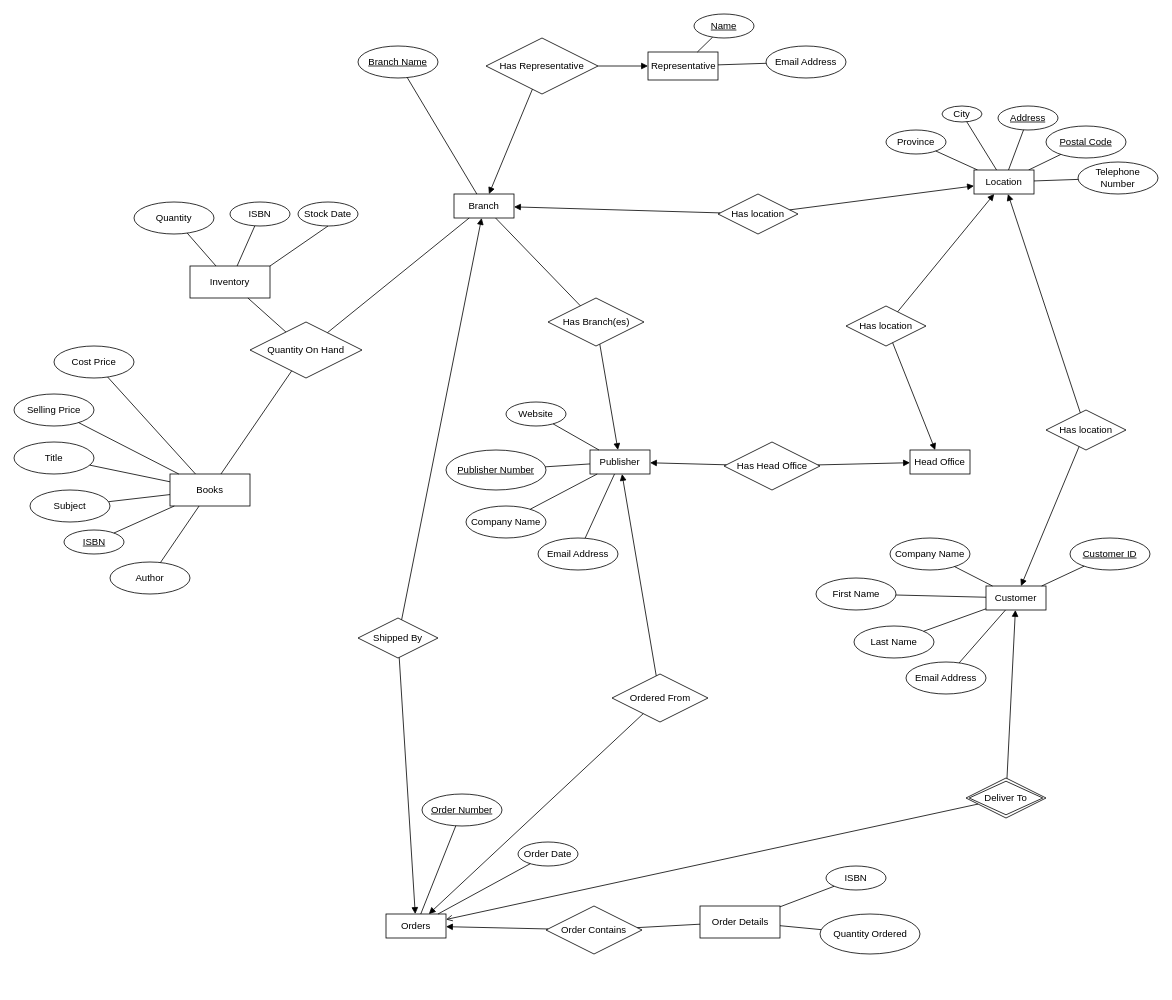
Above: ER-diagram.drawio in gordonpn/comp353-warmup-project (draw.io), before the change. Source tidied: cells renumbered, new cells numbered last; positions are measured from the earlier drawing's top-left corner, leaving out a move shared by most shapes. Both pictures are drawn from the tidied source at 80%, with x=0, y=0 at pixel (14, 14).
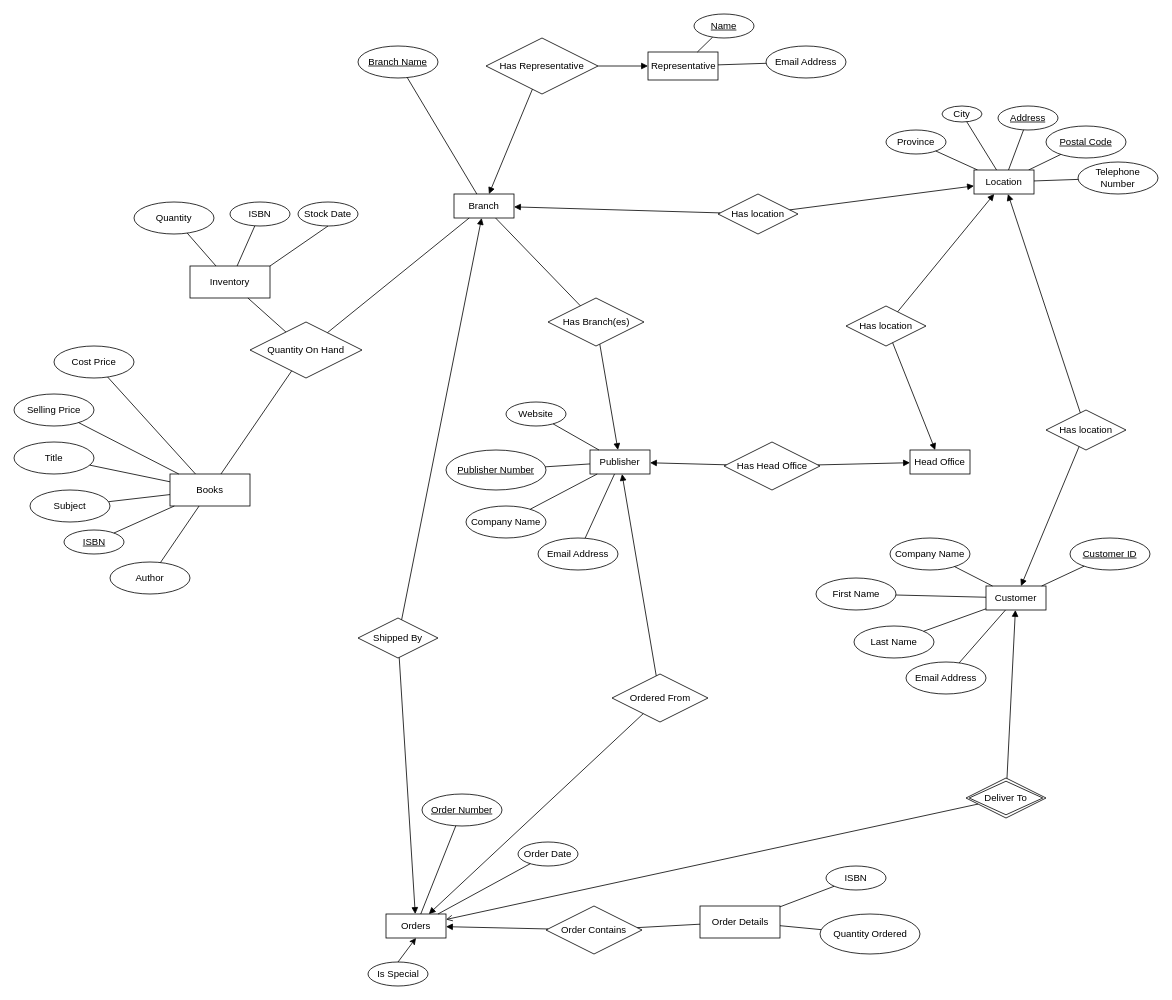
Above is the later version.

The change refers to these unchanged cells:
```xml
<mxCell id="46" value="Orders" style="whiteSpace=wrap;html=1;align=center;" parent="1" vertex="1">
  <mxGeometry x="465" y="1125" width="75" height="30" as="geometry" />
</mxCell>
```

What changed in the source:
```diff
@@
+    <mxCell id="106" value="Is Special" style="ellipse;whiteSpace=wrap;html=1;align=center;" parent="1" vertex="1">
+      <mxGeometry x="442.5" y="1185" width="75" height="30" as="geometry" />
+    </mxCell>
+    <mxCell id="107" style="endArrow=classic;html=1;entryX=0.5;entryY=1;entryDx=0;entryDy=0;exitX=0.5;exitY=0;exitDx=0;exitDy=0;" parent="1" edge="1" source="106" target="46">
+      <mxGeometry relative="1" as="geometry" />
+    </mxCell>
```
